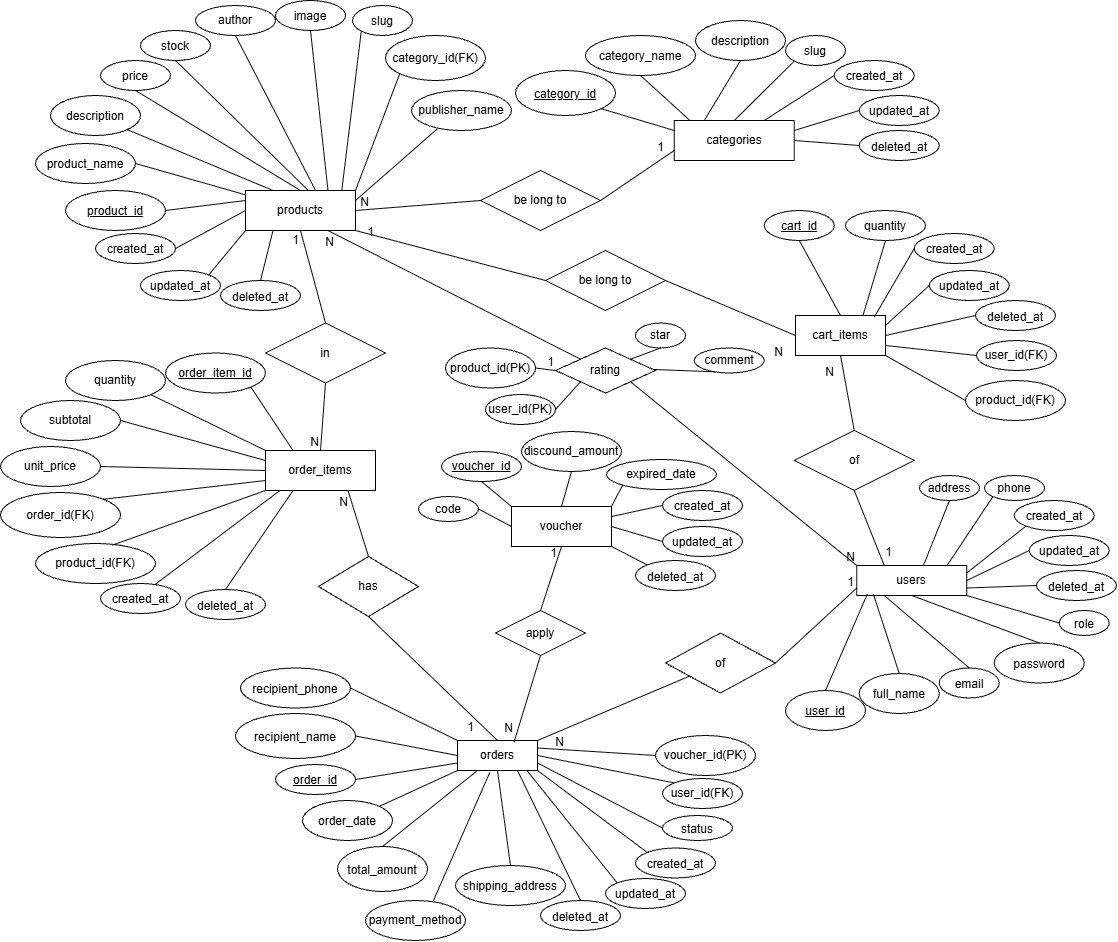
Before: Database/erd-final.png, a diagram exported from draw.io (ngoctramcam/ECommerce-Project). Source tidied: cells renumbered, new cells last; positions are measured from the earlier drawing's top-left corner, leaving out a move shared by most shapes.
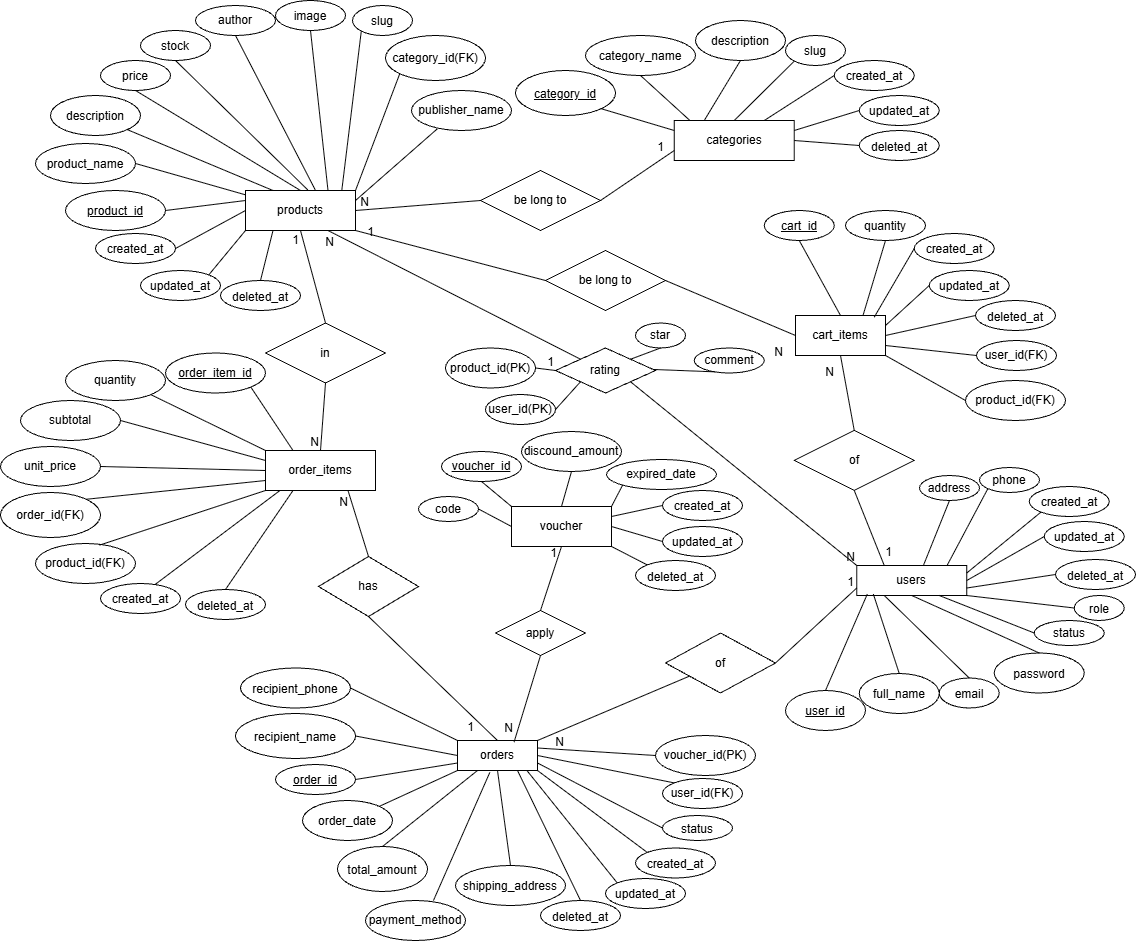
The same diagram one commit later.

Commit message:
docs: Cap nhat erd-final

What changed in the source:
```diff
@@ -120,22 +120,22 @@
       <mxGeometry x="858.8" y="673" width="80" height="40" as="geometry" />
     </mxCell>
     <mxCell id="41" value="password" style="ellipse;whiteSpace=wrap;html=1;shapeInside=1;" parent="1" vertex="1">
-      <mxGeometry x="993.8" y="642.5" width="90" height="40" as="geometry" />
+      <mxGeometry x="993.8" y="652.5" width="90" height="40" as="geometry" />
     </mxCell>
     <mxCell id="42" value="email" style="ellipse;whiteSpace=wrap;html=1;shapeInside=1;" parent="1" vertex="1">
-      <mxGeometry x="938.8" y="667.5" width="60" height="30" as="geometry" />
+      <mxGeometry x="938.8" y="677.5" width="60" height="30" as="geometry" />
     </mxCell>
     <mxCell id="43" value="role" style="ellipse;whiteSpace=wrap;html=1;shapeInside=1;" parent="1" vertex="1">
-      <mxGeometry x="1058.8" y="610" width="50" height="25" as="geometry" />
+      <mxGeometry x="1073.8" y="595" width="50" height="25" as="geometry" />
     </mxCell>
     <mxCell id="44" value="created_at" style="ellipse;whiteSpace=wrap;html=1;shapeInside=1;" parent="1" vertex="1">
-      <mxGeometry x="1013.8" y="500" width="80" height="30" as="geometry" />
+      <mxGeometry x="1028.8" y="486" width="80" height="30" as="geometry" />
     </mxCell>
     <mxCell id="45" value="updated_at" style="ellipse;whiteSpace=wrap;html=1;shapeInside=1;" parent="1" vertex="1">
-      <mxGeometry x="1028.8" y="535" width="80" height="30" as="geometry" />
+      <mxGeometry x="1043.8" y="521" width="80" height="30" as="geometry" />
     </mxCell>
     <mxCell id="46" value="deleted_at" style="ellipse;whiteSpace=wrap;html=1;shapeInside=1;" parent="1" vertex="1">
-      <mxGeometry x="1036" y="570" width="80" height="30" as="geometry" />
+      <mxGeometry x="1055" y="559" width="80" height="30" as="geometry" />
     </mxCell>
     <mxCell id="47" style="endArrow=none;html=1;rounded=0;defaultLabelBackgroundColor=page;entryX=0.5;entryY=0;entryDx=0;entryDy=0;exitX=0.096;exitY=0.953;exitDx=0;exitDy=0;exitPerimeter=0;" parent="1" edge="1" source="38" target="39">
       <mxGeometry relative="1" as="geometry" />
@@ -298,10 +298,10 @@
       </mxGeometry>
     </mxCell>
     <mxCell id="99" value="order_id(FK)" style="ellipse;whiteSpace=wrap;html=1;align=center;" parent="1" vertex="1">
-      <mxGeometry y="492" width="120" height="45" as="geometry" />
+      <mxGeometry y="492" width="100" height="45" as="geometry" />
     </mxCell>
     <mxCell id="100" value="product_id(FK)" style="ellipse;whiteSpace=wrap;html=1;align=center;" parent="1" vertex="1">
-      <mxGeometry x="35" y="543" width="120" height="40" as="geometry" />
+      <mxGeometry x="35" y="543" width="100" height="40" as="geometry" />
     </mxCell>
     <mxCell id="101" style="endArrow=none;html=1;rounded=0;defaultLabelBackgroundColor=page;exitX=0.25;exitY=0;exitDx=0;exitDy=0;entryX=1;entryY=1;entryDx=0;entryDy=0;" parent="1" edge="1" source="87" target="88">
       <mxGeometry relative="1" as="geometry" />
@@ -559,7 +559,7 @@
       <mxGeometry relative="1" as="geometry" />
     </mxCell>
     <mxCell id="178" value="phone" style="ellipse;whiteSpace=wrap;html=1;align=center;" parent="1" vertex="1">
-      <mxGeometry x="984" y="475" width="60" height="25" as="geometry" />
+      <mxGeometry x="979" y="467" width="60" height="25" as="geometry" />
     </mxCell>
     <mxCell id="179" value="address" style="ellipse;whiteSpace=wrap;html=1;align=center;" parent="1" vertex="1">
       <mxGeometry x="919" y="475" width="60" height="25" as="geometry" />
@@ -591,5 +591,11 @@
     <mxCell id="188" style="endArrow=none;html=1;rounded=0;defaultLabelBackgroundColor=page;labelPadding=0 4;exitX=1;exitY=0.5;exitDx=0;exitDy=0;entryX=0;entryY=1;entryDx=0;entryDy=0;" parent="1" edge="1" source="185" target="148">
       <mxGeometry relative="1" as="geometry" />
     </mxCell>
+    <mxCell id="189" value="status" style="ellipse;whiteSpace=wrap;html=1;align=center;" parent="1" vertex="1">
+      <mxGeometry x="1033.8" y="620" width="70" height="25" as="geometry" />
+    </mxCell>
+    <mxCell id="190" style="endArrow=none;html=1;rounded=0;defaultLabelBackgroundColor=page;labelPadding=0 4;exitX=0.75;exitY=1;exitDx=0;exitDy=0;entryX=0;entryY=0.5;entryDx=0;entryDy=0;" parent="1" edge="1" source="38" target="189">
+      <mxGeometry relative="1" as="geometry" />
+    </mxCell>
   </root>
 </mxGraphModel>
```
